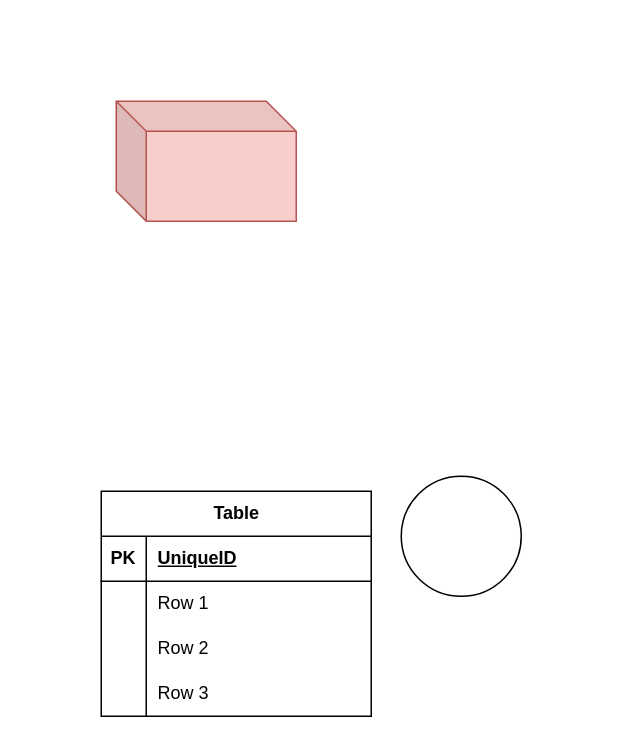
Before: entrega_final.drawio in gaboand/PF-Andriossi, a draw.io diagram. Source tidied: cells renumbered, new cells numbered last; positions are measured from the earlier drawing's top-left corner, leaving out a move shared by most shapes. Both pictures are drawn from the tidied source at 150%, with x=0, y=0 at pixel (100, 100).
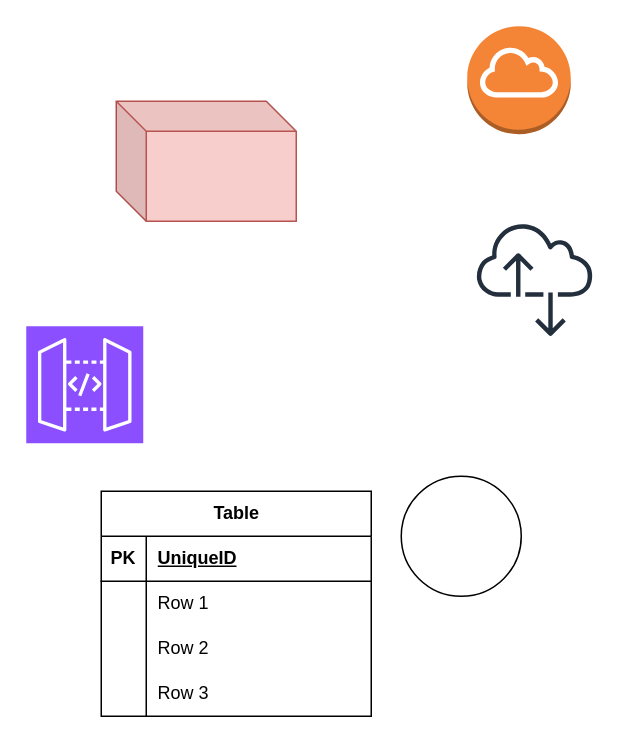
After the change.

Change to the diagram source:
```diff
@@
 <mxGraphModel>
   <root>
     <mxCell id="0" />
     <mxCell id="1" parent="0" />
     <mxCell id="2" style="ellipse;whiteSpace=wrap;html=1;" parent="1" vertex="1">
       <mxGeometry x="200" y="250" width="80" height="80" as="geometry" />
     </mxCell>
     <mxCell id="3" style="shape=cube;whiteSpace=wrap;html=1;boundedLbl=1;backgroundOutline=1;darkOpacity=0.05;darkOpacity2=0.1;fillColor=#f8cecc;strokeColor=#b85450;" parent="1" vertex="1">
       <mxGeometry x="10" width="120" height="80" as="geometry" />
     </mxCell>
     <mxCell id="4" value="Table" style="shape=table;startSize=30;childLayout=tableLayout;rowLines=0;fontStyle=1;align=center;html=1;" parent="1" vertex="1">
       <mxGeometry y="260" width="180" height="150" as="geometry" />
     </mxCell>
     <mxCell id="5" style="shape=tableRow;horizontal=0;startSize=0;swimlaneHead=0;swimlaneBody=0;fillColor=none;top=0;left=0;right=0;bottom=1;" parent="4" vertex="1">
       <mxGeometry y="30" width="180" height="30" as="geometry" />
     </mxCell>
     <mxCell id="6" value="PK" style="shape=partialRectangle;fillColor=none;top=0;left=0;bottom=0;right=0;fontStyle=1;overflow=hidden;whiteSpace=wrap;html=1;" parent="5" vertex="1">
       <mxGeometry width="30" height="30" as="geometry" />
     </mxCell>
     <mxCell id="7" value="UniqueID" style="shape=partialRectangle;fillColor=none;top=0;left=0;bottom=0;right=0;align=left;spacingLeft=6;fontStyle=5;overflow=hidden;whiteSpace=wrap;html=1;" parent="5" vertex="1">
       <mxGeometry x="30" width="150" height="30" as="geometry" />
     </mxCell>
     <mxCell id="8" style="shape=tableRow;horizontal=0;startSize=0;swimlaneHead=0;swimlaneBody=0;fillColor=none;top=0;left=0;right=0;bottom=0;" parent="4" vertex="1">
       <mxGeometry y="60" width="180" height="30" as="geometry" />
     </mxCell>
     <mxCell id="9" style="shape=partialRectangle;fillColor=none;top=0;left=0;bottom=0;right=0;overflow=hidden;whiteSpace=wrap;html=1;" parent="8" vertex="1">
       <mxGeometry width="30" height="30" as="geometry" />
     </mxCell>
     <mxCell id="10" value="Row 1" style="shape=partialRectangle;fillColor=none;top=0;left=0;bottom=0;right=0;align=left;spacingLeft=6;overflow=hidden;whiteSpace=wrap;html=1;" parent="8" vertex="1">
       <mxGeometry x="30" width="150" height="30" as="geometry" />
     </mxCell>
     <mxCell id="11" style="shape=tableRow;horizontal=0;startSize=0;swimlaneHead=0;swimlaneBody=0;fillColor=none;top=0;left=0;right=0;bottom=0;" parent="4" vertex="1">
       <mxGeometry y="90" width="180" height="30" as="geometry" />
     </mxCell>
     <mxCell id="12" style="shape=partialRectangle;fillColor=none;top=0;left=0;bottom=0;right=0;overflow=hidden;whiteSpace=wrap;html=1;" parent="11" vertex="1">
       <mxGeometry width="30" height="30" as="geometry" />
     </mxCell>
     <mxCell id="13" value="Row 2" style="shape=partialRectangle;fillColor=none;top=0;left=0;bottom=0;right=0;align=left;spacingLeft=6;overflow=hidden;whiteSpace=wrap;html=1;" parent="11" vertex="1">
       <mxGeometry x="30" width="150" height="30" as="geometry" />
     </mxCell>
     <mxCell id="14" style="shape=tableRow;horizontal=0;startSize=0;swimlaneHead=0;swimlaneBody=0;fillColor=none;top=0;left=0;right=0;bottom=0;" parent="4" vertex="1">
       <mxGeometry y="120" width="180" height="30" as="geometry" />
     </mxCell>
     <mxCell id="15" style="shape=partialRectangle;fillColor=none;top=0;left=0;bottom=0;right=0;overflow=hidden;whiteSpace=wrap;html=1;" parent="14" vertex="1">
       <mxGeometry width="30" height="30" as="geometry" />
     </mxCell>
     <mxCell id="16" value="Row 3" style="shape=partialRectangle;fillColor=none;top=0;left=0;bottom=0;right=0;align=left;spacingLeft=6;overflow=hidden;whiteSpace=wrap;html=1;" parent="14" vertex="1">
       <mxGeometry x="30" width="150" height="30" as="geometry" />
     </mxCell>
+    <mxCell id="17" style="dashed=0;verticalLabelPosition=bottom;verticalAlign=top;align=center;html=1;shape=mxgraph.aws3.internet_gateway;fillColor=#F58536;gradientColor=none;" parent="1" vertex="1">
+      <mxGeometry x="244" y="-50" width="69" height="72" as="geometry" />
+    </mxCell>
+    <mxCell id="18" style="sketch=0;fontColor=#232F3E;gradientColor=none;fillColor=#232F3D;strokeColor=none;dashed=0;verticalLabelPosition=bottom;verticalAlign=top;align=center;html=1;fontSize=12;fontStyle=0;shape=mxgraph.aws4.internet_alt2;" parent="1" vertex="1">
+      <mxGeometry x="250" y="80" width="78" height="78" as="geometry" />
+    </mxCell>
+    <mxCell id="19" style="sketch=0;fontColor=#232F3E;fillColor=#8C4FFF;strokeColor=#ffffff;dashed=0;verticalLabelPosition=bottom;verticalAlign=top;align=center;html=1;fontSize=12;fontStyle=0;shape=mxgraph.aws4.resourceIcon;resIcon=mxgraph.aws4.api_gateway;" parent="1" vertex="1">
+      <mxGeometry x="-50" y="150" width="78" height="78" as="geometry" />
+    </mxCell>
   </root>
 </mxGraphModel>
```
